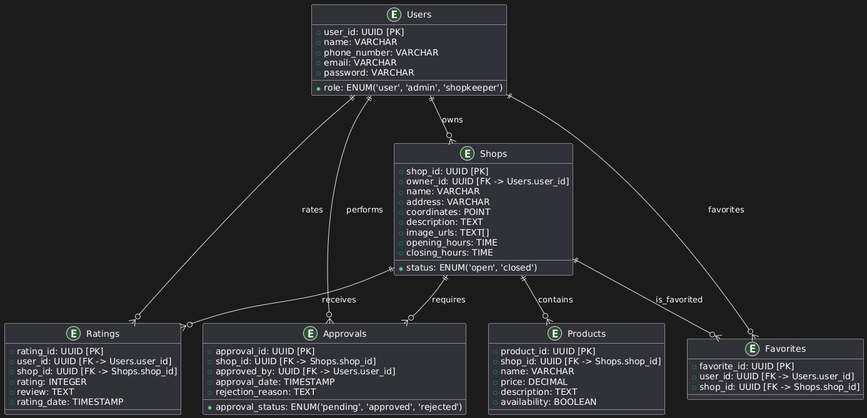
This is db_schema.png from GauthamSridhar/Street-Smart-App, a PlantUML export, as it was before one commit.
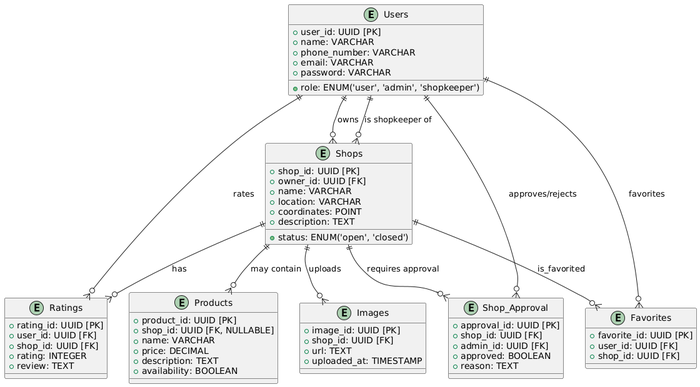
Later version of the same file.

What changed in the source:
```diff
@@ -10,20 +10,17 @@
 
 entity "Shops" {
   + shop_id: UUID [PK]
-  + owner_id: UUID [FK -> Users.user_id]
+  + owner_id: UUID [FK]
   + name: VARCHAR
-  + address: VARCHAR
+  + location: VARCHAR
   + coordinates: POINT
   + status: ENUM('open', 'closed')
   + description: TEXT
-  + image_urls: TEXT[]
-  + opening_hours: TIME
-  + closing_hours: TIME
 }
 
 entity "Products" {
   + product_id: UUID [PK]
-  + shop_id: UUID [FK -> Shops.shop_id]
+  + shop_id: UUID [FK, NULLABLE]
   + name: VARCHAR
   + price: DECIMAL
   + description: TEXT
@@ -32,34 +29,41 @@
 
 entity "Ratings" {
   + rating_id: UUID [PK]
-  + user_id: UUID [FK -> Users.user_id]
-  + shop_id: UUID [FK -> Shops.shop_id]
+  + user_id: UUID [FK]
+  + shop_id: UUID [FK]
   + rating: INTEGER
   + review: TEXT
-  + rating_date: TIMESTAMP
 }
 
 entity "Favorites" {
   + favorite_id: UUID [PK]
-  + user_id: UUID [FK -> Users.user_id]
-  + shop_id: UUID [FK -> Shops.shop_id]
+  + user_id: UUID [FK]
+  + shop_id: UUID [FK]
 }
 
-entity "Approvals" {
+entity "Shop_Approval" {
   + approval_id: UUID [PK]
-  + shop_id: UUID [FK -> Shops.shop_id]
-  + approved_by: UUID [FK -> Users.user_id]
-  + approval_status: ENUM('pending', 'approved', 'rejected')
-  + approval_date: TIMESTAMP
-  + rejection_reason: TEXT
+  + shop_id: UUID [FK]
+  + admin_id: UUID [FK]
+  + approved: BOOLEAN
+  + reason: TEXT
+}
+
+entity "Images" {
+  + image_id: UUID [PK]
+  + shop_id: UUID [FK]
+  + url: TEXT
+  + uploaded_at: TIMESTAMP
 }
 
 Users ||--o{ Shops : "owns"
-Shops ||--o{ Products : "contains"
+Shops ||--o{ Products : "may contain"
 Users ||--o{ Ratings : "rates"
-Shops ||--o{ Ratings : "receives"
+Shops ||--o{ Ratings : "has"
 Users ||--o{ Favorites : "favorites"
 Shops ||--o{ Favorites : "is_favorited"
-Users ||--o{ Approvals : "performs"
-Shops ||--o{ Approvals : "requires"
+Users ||--o{ Shop_Approval : "approves/rejects"
+Shops ||--o{ Shop_Approval : "requires approval"
+Users ||--o{ Shops : "is shopkeeper of"
+Shops ||--o{ Images : "uploads"
 @enduml
```
